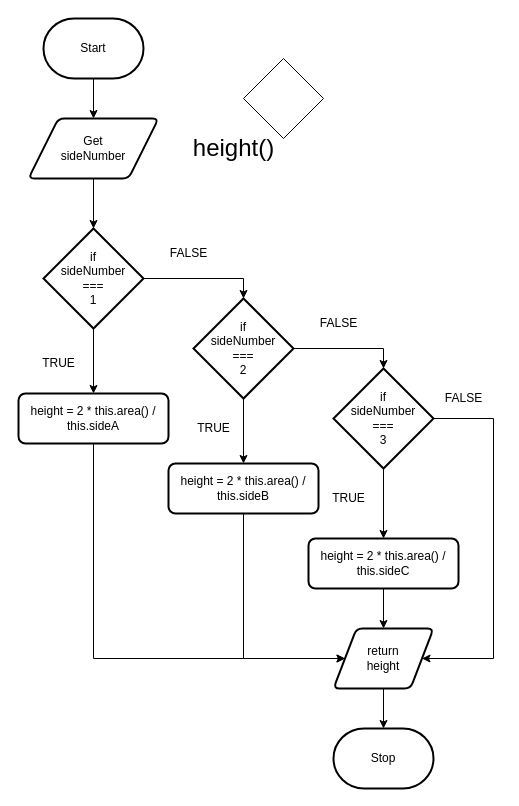
Emmanuel-Fofeyin/ICS4U-Assignment3-Typescript keeps this draw.io diagram as designs/height.drawio. Above is the earlier version. Source tidied: cells renumbered, new cells numbered last; positions are measured from the earlier drawing's top-left corner, leaving out a move shared by most shapes. Both pictures are drawn from the tidied source at 100%, with x=0, y=0 at pixel (18, 18).
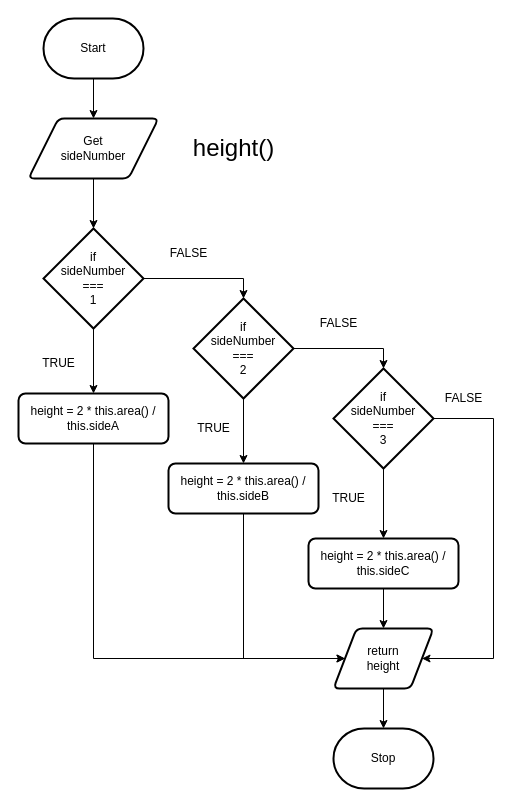
The same diagram, later.

Change to the diagram source:
```diff
@@
-    <mxCell id="31" style="rhombus;whiteSpace=wrap;html=1;" parent="1" vertex="1">
-      <mxGeometry x="225" y="40" width="80" height="80" as="geometry" />
-    </mxCell>
```
